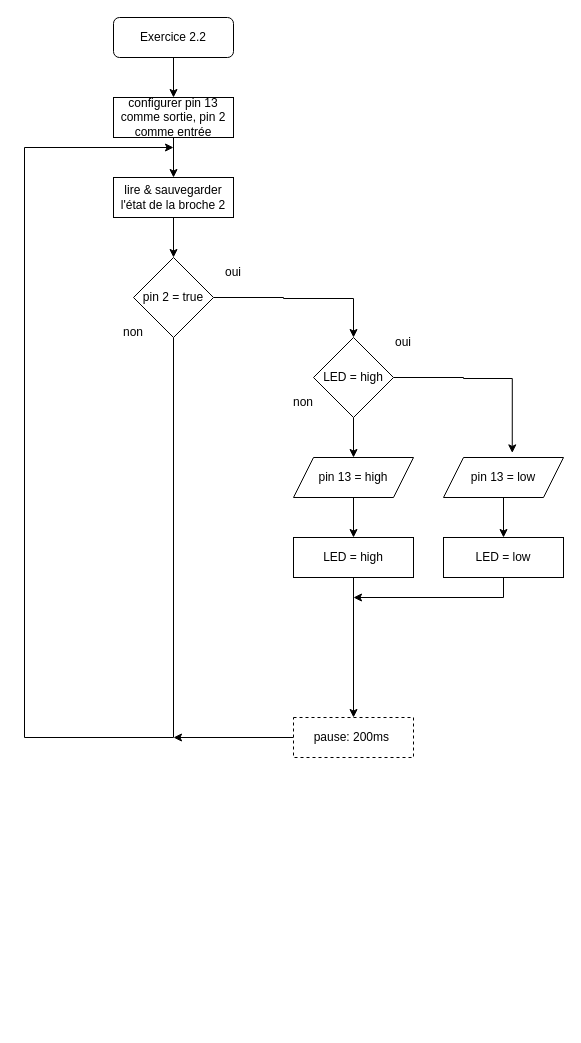
The draw.io diagram Ex 2.3.drawio in AlcalinePT/Arduino, before the edit. Source tidied: cells renumbered, new cells numbered last; positions are measured from the earlier drawing's top-left corner, leaving out a move shared by most shapes. Both pictures are drawn from the tidied source at 100%, with x=0, y=0 at pixel (24, 17).
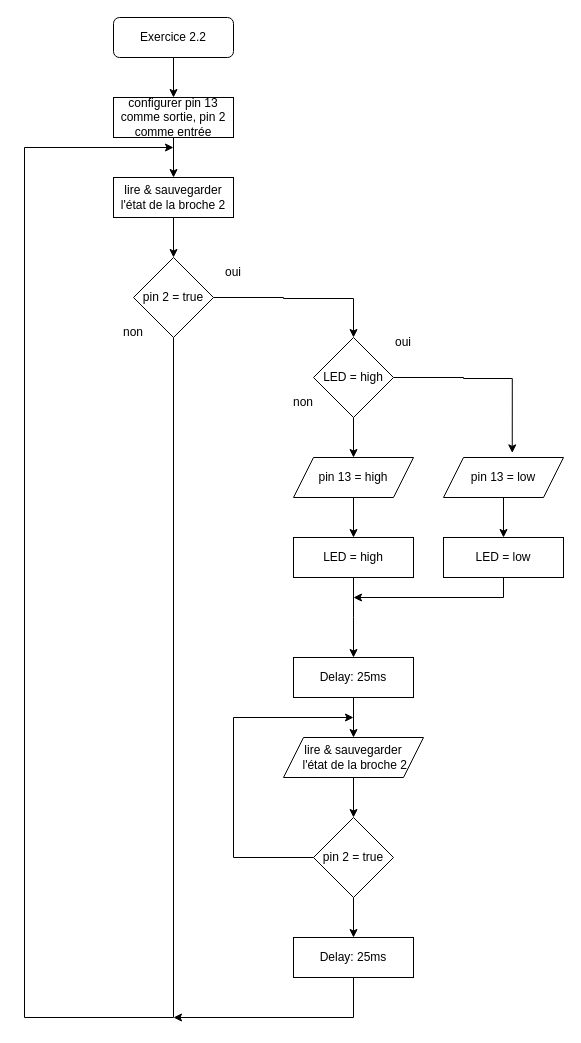
Above is the later version.

The change refers to these unchanged cells:
```xml
<mxCell id="10" value="pin 2 = true" style="rhombus;whiteSpace=wrap;html=1;" parent="1" vertex="1">
  <mxGeometry x="109" y="240" width="80" height="80" as="geometry" />
</mxCell>
<mxCell id="23" value="LED = high" style="rounded=0;whiteSpace=wrap;html=1;" parent="1" vertex="1">
  <mxGeometry x="269" y="520" width="120" height="40" as="geometry" />
</mxCell>
```

The edit, as a diff of the source:
```diff
@@
     <mxCell id="8" style="edgeStyle=orthogonalEdgeStyle;rounded=0;jettySize=auto;html=1;exitX=0.5;exitY=1;exitDx=0;exitDy=0;" parent="1" edge="1" source="10">
       <mxGeometry relative="1" as="geometry">
         <mxPoint x="149" y="130" as="targetPoint" />
         <Array as="points">
-          <mxPoint x="149" y="720" />
-          <mxPoint y="720" />
+          <mxPoint x="149" y="1000" />
+          <mxPoint y="1000" />
           <mxPoint y="130" />
         </Array>
       </mxGeometry>
     </mxCell>
@@
-    <mxCell id="22" style="edgeStyle=orthogonalEdgeStyle;rounded=0;jettySize=auto;html=1;" parent="1" edge="1" source="23" target="27">
-      <mxGeometry relative="1" as="geometry" />
+    <mxCell id="22" style="edgeStyle=orthogonalEdgeStyle;rounded=0;jettySize=auto;html=1;" parent="1" edge="1" source="23">
+      <mxGeometry relative="1" as="geometry">
+        <mxPoint x="329" y="640" as="targetPoint" />
+      </mxGeometry>
     </mxCell>
@@
-    <mxCell id="26" style="edgeStyle=orthogonalEdgeStyle;rounded=0;jettySize=auto;html=1;exitX=0;exitY=0.5;exitDx=0;exitDy=0;" parent="1" edge="1" source="27">
-      <mxGeometry relative="1" as="geometry">
-        <mxPoint x="149" y="720" as="targetPoint" />
-      </mxGeometry>
-    </mxCell>
-    <mxCell id="27" value="pause: 200ms&amp;nbsp;" style="rounded=0;whiteSpace=wrap;html=1;dashed=1;" parent="1" vertex="1">
-      <mxGeometry x="269" y="700" width="120" height="40" as="geometry" />
-    </mxCell>
+    <mxCell id="28" style="edgeStyle=orthogonalEdgeStyle;rounded=0;jettySize=auto;html=1;" parent="1" edge="1" source="29" target="36">
+      <mxGeometry relative="1" as="geometry" />
+    </mxCell>
+    <mxCell id="29" value="lire &amp;amp; sauvegarder&lt;br&gt;&amp;nbsp;l'état de la broche 2" style="shape=parallelogram;perimeter=parallelogramPerimeter;whiteSpace=wrap;html=1;fixedSize=1;" parent="1" vertex="1">
+      <mxGeometry x="259" y="720" width="140" height="40" as="geometry" />
+    </mxCell>
+    <mxCell id="30" style="edgeStyle=orthogonalEdgeStyle;rounded=0;jettySize=auto;html=1;" parent="1" edge="1" source="31" target="29">
+      <mxGeometry relative="1" as="geometry" />
+    </mxCell>
+    <mxCell id="31" value="Delay: 25ms" style="rounded=0;whiteSpace=wrap;html=1;" parent="1" vertex="1">
+      <mxGeometry x="269" y="640" width="120" height="40" as="geometry" />
+    </mxCell>
+    <mxCell id="32" style="edgeStyle=orthogonalEdgeStyle;rounded=0;jettySize=auto;html=1;exitX=0.5;exitY=1;exitDx=0;exitDy=0;" parent="1" edge="1" source="33">
+      <mxGeometry relative="1" as="geometry">
+        <mxPoint x="149" y="1000" as="targetPoint" />
+        <Array as="points">
+          <mxPoint x="329" y="1000" />
+        </Array>
+      </mxGeometry>
+    </mxCell>
+    <mxCell id="33" value="Delay: 25ms" style="rounded=0;whiteSpace=wrap;html=1;" parent="1" vertex="1">
+      <mxGeometry x="269" y="920" width="120" height="40" as="geometry" />
+    </mxCell>
+    <mxCell id="34" style="edgeStyle=orthogonalEdgeStyle;rounded=0;jettySize=auto;html=1;" parent="1" edge="1" source="36" target="33">
+      <mxGeometry relative="1" as="geometry" />
+    </mxCell>
+    <mxCell id="35" style="edgeStyle=orthogonalEdgeStyle;rounded=0;jettySize=auto;html=1;" parent="1" edge="1" source="36">
+      <mxGeometry relative="1" as="geometry">
+        <mxPoint x="329" y="700" as="targetPoint" />
+        <Array as="points">
+          <mxPoint x="209" y="840" />
+          <mxPoint x="209" y="700" />
+        </Array>
+      </mxGeometry>
+    </mxCell>
+    <mxCell id="36" value="pin 2 = true" style="rhombus;whiteSpace=wrap;html=1;" parent="1" vertex="1">
+      <mxGeometry x="289" y="800" width="80" height="80" as="geometry" />
+    </mxCell>
```
